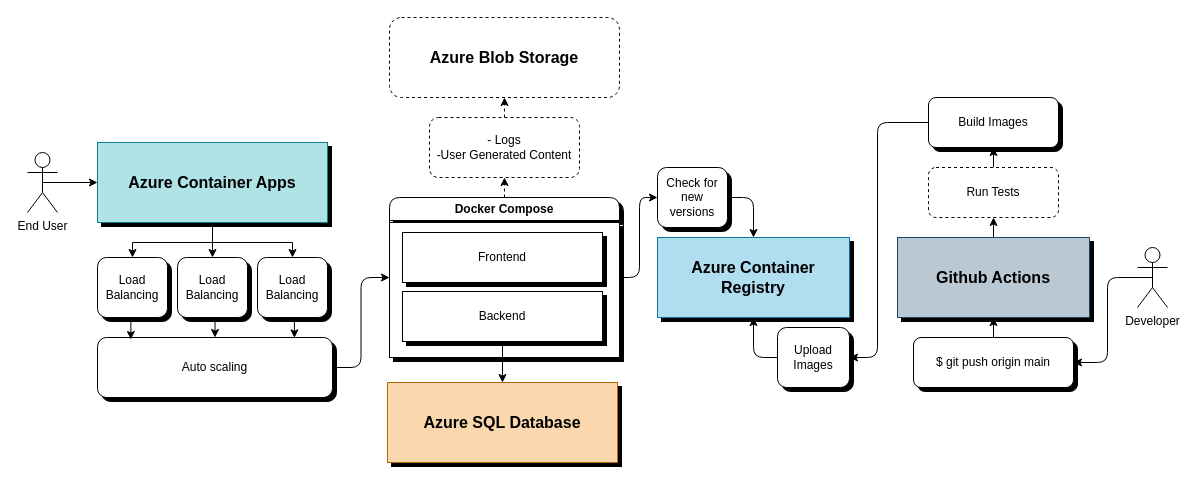
Earlier version of the draw.io diagram riihisoft_azure_diagram.drawio (sakuexe/riihisoft_assignment). Source tidied: cells renumbered, new cells numbered last; positions are measured from the earlier drawing's top-left corner, leaving out a move shared by most shapes. Both pictures are drawn from the tidied source at 100%, with x=0, y=0 at pixel (27, 17).
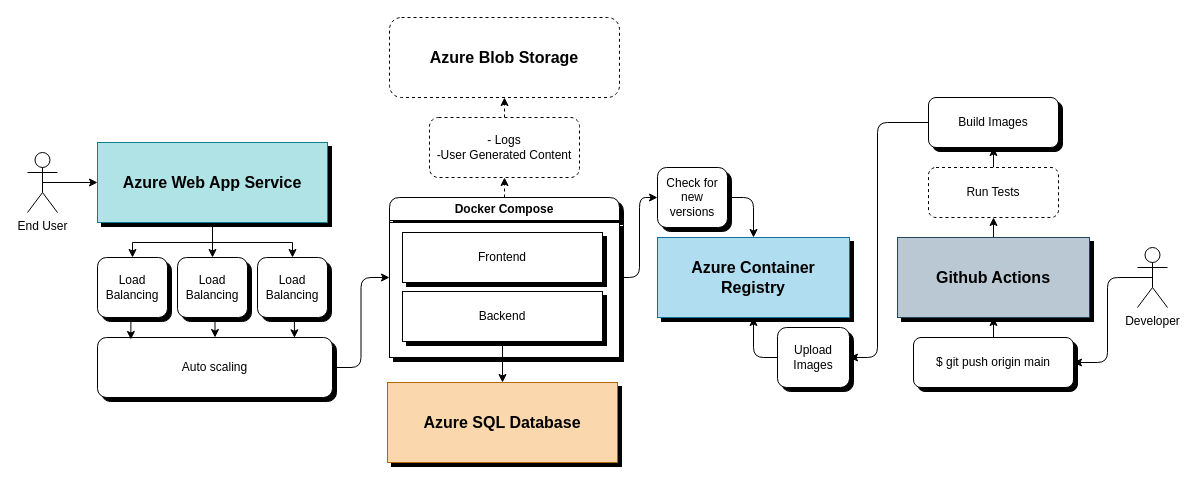
The same page after the edit.

Change to the diagram source:
```diff
@@
-    <mxCell id="12" value="&lt;font style=&quot;font-size: 16px;&quot;&gt;&lt;b&gt;Azure Container Apps&lt;br&gt;&lt;/b&gt;&lt;/font&gt;" style="rounded=0;whiteSpace=wrap;html=1;labelBackgroundColor=none;shadow=1;shadowOpacity=100;shadowBlur=0;shadowOffsetX=4;shadowOffsetY=4;fillColor=#b0e3e6;strokeColor=#0e8088;" parent="1" vertex="1">
+    <mxCell id="12" value="&lt;font style=&quot;font-size: 16px;&quot;&gt;&lt;b&gt;Azure Web App Service&lt;br&gt;&lt;/b&gt;&lt;/font&gt;" style="rounded=0;whiteSpace=wrap;html=1;labelBackgroundColor=none;shadow=1;shadowOpacity=100;shadowBlur=0;shadowOffsetX=4;shadowOffsetY=4;fillColor=#b0e3e6;strokeColor=#0e8088;" parent="1" vertex="1">
       <mxGeometry x="70" y="125" width="230" height="80" as="geometry" />
     </mxCell>
```
